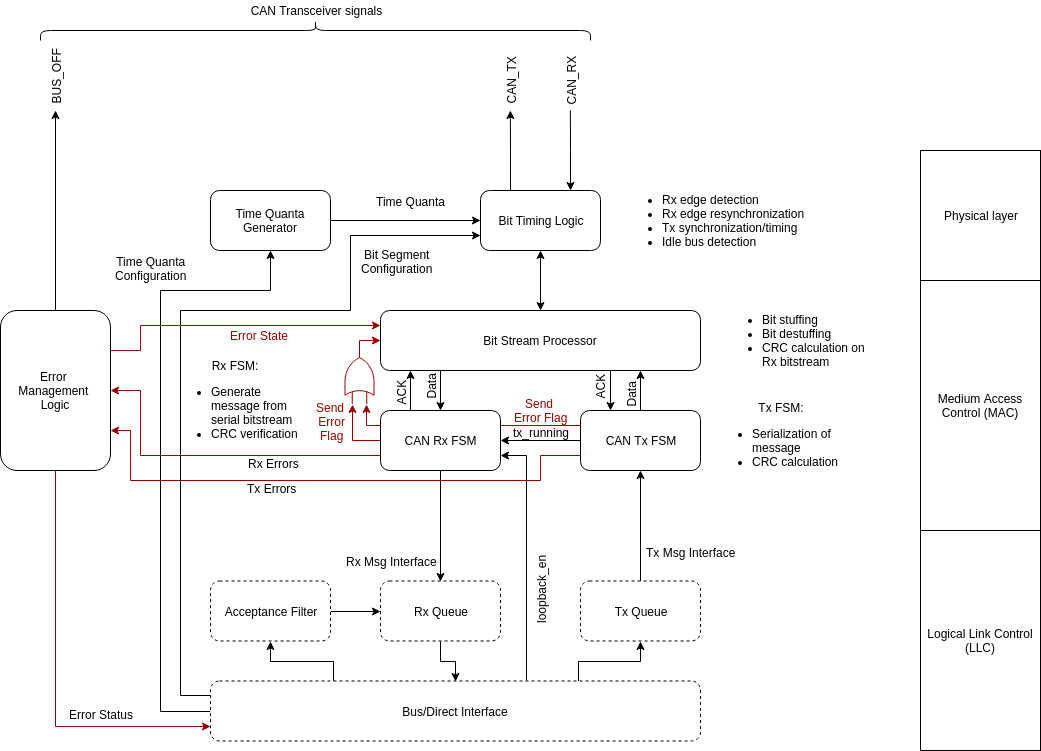
Above: doc/canola_block_diagram.png in svnesbo/canola (draw.io), before the change. Source tidied: cells renumbered, new cells last; positions are measured from the earlier drawing's top-left corner, leaving out a move shared by most shapes.
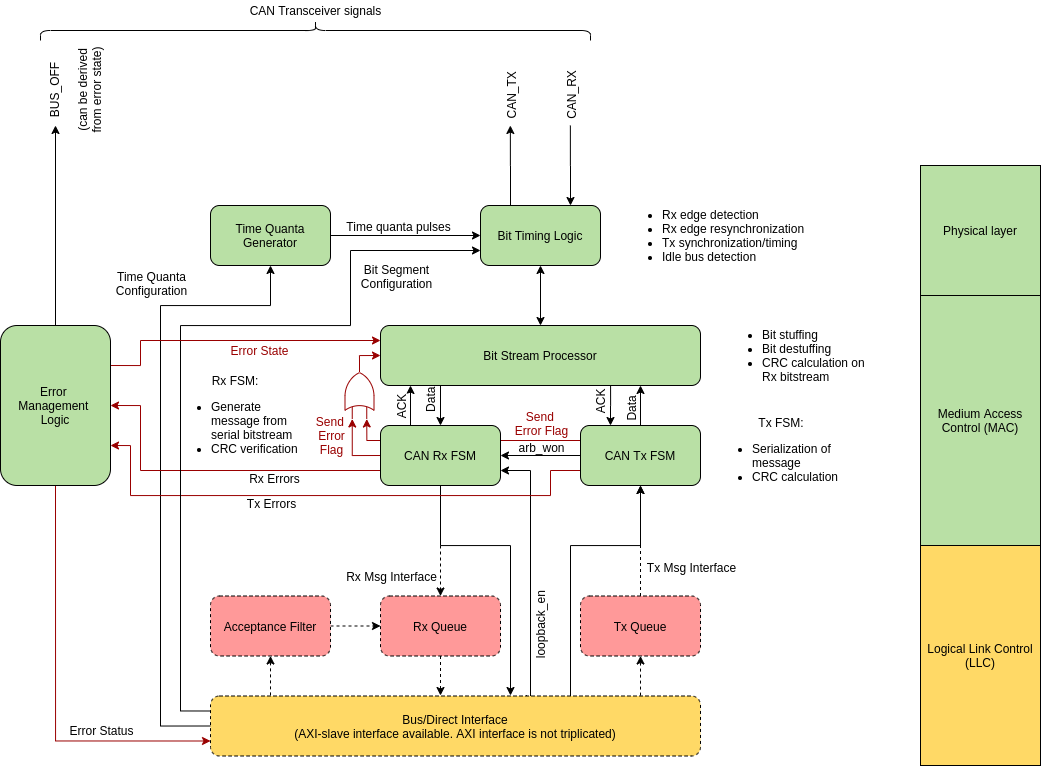
The same file after the commit.

Commit message:
Updated block diagram

The edit, as a diff of the source:
```diff
@@ -37,15 +37,15 @@
     <mxCell id="8" style="edgeStyle=orthogonalEdgeStyle;rounded=0;jettySize=auto;html=1;exitX=0.5;exitY=1;exitDx=0;exitDy=0;entryX=0.5;entryY=0;entryDx=0;entryDy=0;startArrow=classic;startFill=1;endArrow=classic;endFill=1;" parent="1" edge="1" source="9" target="15">
       <mxGeometry relative="1" as="geometry" />
     </mxCell>
-    <mxCell id="9" value="Bit Timing Logic&lt;br&gt;" style="rounded=1;whiteSpace=wrap;html=1;" parent="1" vertex="1">
+    <mxCell id="9" value="Bit Timing Logic&lt;br&gt;" style="rounded=1;whiteSpace=wrap;html=1;fillColor=#B9E0A5;" parent="1" vertex="1">
       <mxGeometry x="480" y="435" width="120" height="60" as="geometry" />
     </mxCell>
     <mxCell id="10" style="edgeStyle=orthogonalEdgeStyle;rounded=0;jettySize=auto;html=1;exitX=1;exitY=0.5;exitDx=0;exitDy=0;entryX=0;entryY=0.5;entryDx=0;entryDy=0;startArrow=none;startFill=0;endArrow=classic;endFill=1;" parent="1" edge="1" source="14" target="9">
       <mxGeometry relative="1" as="geometry" />
     </mxCell>
-    <mxCell id="11" value="Time Quanta" style="text;html=1;align=center;verticalAlign=middle;labelBackgroundColor=#ffffff;" parent="10" vertex="1">
+    <mxCell id="11" value="Time quanta pulses" style="text;html=1;align=center;verticalAlign=middle;labelBackgroundColor=none;" parent="10" vertex="1">
       <mxGeometry x="-0.05" y="-23" relative="1" as="geometry">
-        <mxPoint x="9" y="-43" as="offset" />
+        <mxPoint x="-3.6" y="-33" as="offset" />
       </mxGeometry>
     </mxCell>
     <mxCell id="12" style="edgeStyle=orthogonalEdgeStyle;rounded=0;jettySize=auto;html=1;exitX=0.5;exitY=1;exitDx=0;exitDy=0;entryX=0;entryY=0.5;entryDx=0;entryDy=0;startArrow=classic;startFill=1;endArrow=none;endFill=0;" parent="1" edge="1" source="14" target="50">
@@ -62,10 +62,10 @@
         <mxPoint x="-4" y="-149.5" as="offset" />
       </mxGeometry>
     </mxCell>
-    <mxCell id="14" value="Time Quanta Generator" style="rounded=1;whiteSpace=wrap;html=1;" parent="1" vertex="1">
+    <mxCell id="14" value="Time Quanta Generator" style="rounded=1;whiteSpace=wrap;html=1;fillColor=#B9E0A5;" parent="1" vertex="1">
       <mxGeometry x="210" y="435" width="120" height="60" as="geometry" />
     </mxCell>
-    <mxCell id="15" value="Bit Stream Processor&lt;br&gt;" style="rounded=1;whiteSpace=wrap;html=1;" parent="1" vertex="1">
+    <mxCell id="15" value="Bit Stream Processor&lt;br&gt;" style="rounded=1;whiteSpace=wrap;html=1;fillColor=#B9E0A5;" parent="1" vertex="1">
       <mxGeometry x="380" y="555" width="320" height="60" as="geometry" />
     </mxCell>
     <mxCell id="16" style="edgeStyle=orthogonalEdgeStyle;rounded=0;jettySize=auto;html=1;exitX=0.5;exitY=0;exitDx=0;exitDy=0;startArrow=classic;startFill=1;endArrow=none;endFill=0;" parent="1" edge="1" source="28">
@@ -78,7 +78,7 @@
         <mxPoint x="-10" y="4" as="offset" />
       </mxGeometry>
     </mxCell>
-    <mxCell id="18" style="edgeStyle=orthogonalEdgeStyle;rounded=0;jettySize=auto;html=1;exitX=0.5;exitY=1;exitDx=0;exitDy=0;entryX=0.5;entryY=0;entryDx=0;entryDy=0;startArrow=none;startFill=0;endArrow=classic;endFill=1;" parent="1" edge="1" source="28" target="43">
+    <mxCell id="18" style="edgeStyle=orthogonalEdgeStyle;rounded=0;jettySize=auto;html=1;exitX=0.5;exitY=1;exitDx=0;exitDy=0;entryX=0.5;entryY=0;entryDx=0;entryDy=0;startArrow=none;startFill=0;endArrow=classic;endFill=1;dashed=1;" parent="1" edge="1" source="28" target="43">
       <mxGeometry relative="1" as="geometry" />
     </mxCell>
     <mxCell id="19" value="Rx Msg Interface" style="text;html=1;align=center;verticalAlign=middle;labelBackgroundColor=#ffffff;" parent="18" vertex="1">
@@ -87,11 +87,17 @@
       </mxGeometry>
     </mxCell>
     <mxCell id="20" style="edgeStyle=orthogonalEdgeStyle;rounded=0;jettySize=auto;html=1;exitX=1;exitY=0.75;exitDx=0;exitDy=0;startArrow=classic;startFill=1;endArrow=none;endFill=0;entryX=0.645;entryY=-0.015;entryDx=0;entryDy=0;entryPerimeter=0;" parent="1" edge="1" source="28" target="50">
-      <mxGeometry relative="1" as="geometry" />
+      <mxGeometry relative="1" as="geometry">
+        <Array as="points">
+          <mxPoint x="530" y="700" />
+          <mxPoint x="530" y="935" />
+          <mxPoint x="526" y="935" />
+        </Array>
+      </mxGeometry>
     </mxCell>
     <mxCell id="21" value="loopback_en" style="text;html=1;align=center;verticalAlign=middle;labelBackgroundColor=#ffffff;rotation=-90;" parent="20" vertex="1">
       <mxGeometry x="0.69" y="1" relative="1" as="geometry">
-        <mxPoint x="13" y="-51.5" as="offset" />
+        <mxPoint x="9" y="-50.8" as="offset" />
       </mxGeometry>
     </mxCell>
     <mxCell id="22" style="edgeStyle=orthogonalEdgeStyle;rounded=0;jettySize=auto;html=1;exitX=0.25;exitY=0;exitDx=0;exitDy=0;" parent="1" edge="1" source="28">
@@ -125,7 +131,16 @@
         <mxPoint x="-31.5" y="-7.5" as="offset" />
       </mxGeometry>
     </mxCell>
+    <mxCell id="68" style="edgeStyle=orthogonalEdgeStyle;rounded=0;jettySize=auto;html=1;exitX=0.5;exitY=1;exitDx=0;exitDy=0;startArrow=none;startFill=0;endArrow=classic;endFill=1;" parent="1" edge="1" source="28">
+      <mxGeometry relative="1" as="geometry">
+        <mxPoint x="510" y="925" as="targetPoint" />
+        <Array as="points">
+          <mxPoint x="440" y="775" />
+          <mxPoint x="510" y="775" />
+        </Array>
+      </mxGeometry>
+    </mxCell>
-    <mxCell id="28" value="CAN Rx FSM&lt;br&gt;" style="rounded=1;whiteSpace=wrap;html=1;" parent="1" vertex="1">
+    <mxCell id="28" value="CAN Rx FSM&lt;br&gt;" style="rounded=1;whiteSpace=wrap;html=1;fillColor=#B9E0A5;" parent="1" vertex="1">
       <mxGeometry x="380" y="655" width="120" height="60" as="geometry" />
     </mxCell>
     <mxCell id="29" value="&lt;div style=&quot;text-align: left&quot;&gt;&lt;ul&gt;&lt;li&gt;Bit stuffing&lt;br&gt;&lt;/li&gt;&lt;li&gt;Bit destuffing&lt;/li&gt;&lt;li&gt;CRC calculation on Rx bitstream&lt;/li&gt;&lt;/ul&gt;&lt;/div&gt;" style="text;html=1;strokeColor=none;fillColor=none;align=left;verticalAlign=middle;whiteSpace=wrap;rounded=0;" parent="1" vertex="1">
@@ -144,7 +159,7 @@
     <mxCell id="32" style="edgeStyle=orthogonalEdgeStyle;rounded=0;jettySize=auto;html=1;exitX=0;exitY=0.5;exitDx=0;exitDy=0;entryX=1;entryY=0.5;entryDx=0;entryDy=0;startArrow=none;startFill=0;endArrow=classic;endFill=1;" parent="1" edge="1" source="38" target="28">
       <mxGeometry relative="1" as="geometry" />
     </mxCell>
-    <mxCell id="33" value="tx_running" style="text;html=1;align=center;verticalAlign=middle;labelBackgroundColor=none;" parent="32" vertex="1">
+    <mxCell id="33" value="arb_won" style="text;html=1;align=center;verticalAlign=middle;labelBackgroundColor=none;" parent="32" vertex="1">
       <mxGeometry x="0.44" relative="1" as="geometry">
         <mxPoint x="18.5" y="-9" as="offset" />
       </mxGeometry>
@@ -160,8 +175,8 @@
     <mxCell id="36" style="edgeStyle=orthogonalEdgeStyle;rounded=0;jettySize=auto;html=1;exitX=0;exitY=0.75;exitDx=0;exitDy=0;entryX=1;entryY=0.75;entryDx=0;entryDy=0;startArrow=none;startFill=0;endArrow=classic;endFill=1;strokeColor=#990000;" parent="1" edge="1" source="38" target="62">
       <mxGeometry relative="1" as="geometry">
         <Array as="points">
-          <mxPoint x="540" y="700" />
-          <mxPoint x="540" y="725" />
+          <mxPoint x="550" y="700" />
+          <mxPoint x="550" y="725" />
           <mxPoint x="130" y="725" />
           <mxPoint x="130" y="675" />
         </Array>
@@ -172,25 +187,42 @@
         <mxPoint x="18.5" y="6" as="offset" />
       </mxGeometry>
     </mxCell>
+    <mxCell id="69" style="edgeStyle=orthogonalEdgeStyle;rounded=0;jettySize=auto;html=1;exitX=0.5;exitY=1;exitDx=0;exitDy=0;entryX=0.75;entryY=0;entryDx=0;entryDy=0;startArrow=classic;startFill=1;" parent="1" edge="1" source="38" target="50">
+      <mxGeometry relative="1" as="geometry">
+        <Array as="points">
+          <mxPoint x="640" y="775" />
+          <mxPoint x="570" y="775" />
+          <mxPoint x="570" y="935" />
+          <mxPoint x="578" y="935" />
+        </Array>
+      </mxGeometry>
+    </mxCell>
-    <mxCell id="38" value="CAN Tx FSM&lt;br&gt;" style="rounded=1;whiteSpace=wrap;html=1;" parent="1" vertex="1">
+    <mxCell id="38" value="CAN Tx FSM&lt;br&gt;" style="rounded=1;whiteSpace=wrap;html=1;fillColor=#B9E0A5;" parent="1" vertex="1">
       <mxGeometry x="580" y="655" width="120" height="60" as="geometry" />
     </mxCell>
-    <mxCell id="39" style="edgeStyle=orthogonalEdgeStyle;rounded=0;jettySize=auto;html=1;exitX=1;exitY=0.5;exitDx=0;exitDy=0;entryX=0;entryY=0.5;entryDx=0;entryDy=0;startArrow=none;startFill=0;endArrow=classic;endFill=1;" parent="1" edge="1" source="41" target="43">
+    <mxCell id="39" style="edgeStyle=orthogonalEdgeStyle;rounded=0;jettySize=auto;html=1;exitX=1;exitY=0.5;exitDx=0;exitDy=0;entryX=0;entryY=0.5;entryDx=0;entryDy=0;startArrow=none;startFill=0;endArrow=classic;endFill=1;dashed=1;" parent="1" edge="1" source="41" target="43">
       <mxGeometry relative="1" as="geometry" />
     </mxCell>
-    <mxCell id="40" style="edgeStyle=orthogonalEdgeStyle;rounded=0;jettySize=auto;html=1;exitX=0.5;exitY=1;exitDx=0;exitDy=0;entryX=0.25;entryY=0;entryDx=0;entryDy=0;startArrow=classic;startFill=1;endArrow=none;endFill=0;" parent="1" edge="1" source="41" target="50">
-      <mxGeometry relative="1" as="geometry" />
+    <mxCell id="40" style="edgeStyle=orthogonalEdgeStyle;rounded=0;jettySize=auto;html=1;exitX=0.5;exitY=1;exitDx=0;exitDy=0;entryX=0.25;entryY=0;entryDx=0;entryDy=0;startArrow=classic;startFill=1;endArrow=none;endFill=0;dashed=1;" parent="1" edge="1" source="41" target="50">
+      <mxGeometry relative="1" as="geometry">
+        <Array as="points">
+          <mxPoint x="270" y="935" />
+          <mxPoint x="333" y="935" />
+        </Array>
+      </mxGeometry>
     </mxCell>
-    <mxCell id="41" value="Acceptance Filter&lt;br&gt;" style="rounded=1;whiteSpace=wrap;html=1;dashed=1;" parent="1" vertex="1">
+    <mxCell id="41" value="Acceptance Filter&lt;br&gt;" style="rounded=1;whiteSpace=wrap;html=1;dashed=1;fillColor=#FF9999;" parent="1" vertex="1">
       <mxGeometry x="210" y="825.5" width="120" height="60" as="geometry" />
     </mxCell>
-    <mxCell id="42" style="edgeStyle=orthogonalEdgeStyle;rounded=0;jettySize=auto;html=1;exitX=0.5;exitY=1;exitDx=0;exitDy=0;entryX=0.5;entryY=0;entryDx=0;entryDy=0;startArrow=none;startFill=0;endArrow=classic;endFill=1;" parent="1" edge="1" source="43" target="50">
-      <mxGeometry relative="1" as="geometry" />
+    <mxCell id="42" style="edgeStyle=orthogonalEdgeStyle;rounded=0;jettySize=auto;html=1;exitX=0.5;exitY=1;exitDx=0;exitDy=0;startArrow=none;startFill=0;endArrow=classic;endFill=1;dashed=1;" parent="1" edge="1" source="43">
+      <mxGeometry relative="1" as="geometry">
+        <mxPoint x="440" y="925" as="targetPoint" />
+      </mxGeometry>
     </mxCell>
-    <mxCell id="43" value="Rx Queue&lt;br&gt;" style="rounded=1;whiteSpace=wrap;html=1;dashed=1;" parent="1" vertex="1">
+    <mxCell id="43" value="Rx Queue&lt;br&gt;" style="rounded=1;whiteSpace=wrap;html=1;dashed=1;fillColor=#FF9999;" parent="1" vertex="1">
       <mxGeometry x="380" y="825.5" width="120" height="60" as="geometry" />
     </mxCell>
-    <mxCell id="44" style="edgeStyle=orthogonalEdgeStyle;rounded=0;jettySize=auto;html=1;exitX=0.5;exitY=0;exitDx=0;exitDy=0;entryX=0.5;entryY=1;entryDx=0;entryDy=0;startArrow=none;startFill=0;endArrow=classic;endFill=1;" parent="1" edge="1" source="46" target="38">
+    <mxCell id="44" style="edgeStyle=orthogonalEdgeStyle;rounded=0;jettySize=auto;html=1;exitX=0.5;exitY=0;exitDx=0;exitDy=0;entryX=0.5;entryY=1;entryDx=0;entryDy=0;startArrow=none;startFill=0;endArrow=classic;endFill=1;dashed=1;" parent="1" edge="1" source="46" target="38">
       <mxGeometry relative="1" as="geometry" />
     </mxCell>
     <mxCell id="45" value="Tx Msg Interface" style="text;html=1;align=center;verticalAlign=middle;labelBackgroundColor=#ffffff;" parent="44" vertex="1">
@@ -198,11 +230,16 @@
         <mxPoint x="47" y="20.5" as="offset" />
       </mxGeometry>
     </mxCell>
-    <mxCell id="46" value="Tx Queue&lt;br&gt;" style="rounded=1;whiteSpace=wrap;html=1;dashed=1;" parent="1" vertex="1">
+    <mxCell id="46" value="Tx Queue&lt;br&gt;" style="rounded=1;whiteSpace=wrap;html=1;dashed=1;fillColor=#FF9999;" parent="1" vertex="1">
       <mxGeometry x="580" y="825.5" width="120" height="60" as="geometry" />
     </mxCell>
-    <mxCell id="47" style="edgeStyle=orthogonalEdgeStyle;rounded=0;jettySize=auto;html=1;exitX=0.75;exitY=0;exitDx=0;exitDy=0;entryX=0.5;entryY=1;entryDx=0;entryDy=0;startArrow=none;startFill=0;endArrow=classic;endFill=1;" parent="1" edge="1" source="50" target="46">
-      <mxGeometry relative="1" as="geometry" />
+    <mxCell id="47" style="edgeStyle=orthogonalEdgeStyle;rounded=0;jettySize=auto;html=1;exitX=0.75;exitY=0;exitDx=0;exitDy=0;entryX=0.5;entryY=1;entryDx=0;entryDy=0;startArrow=none;startFill=0;endArrow=classic;endFill=1;dashed=1;" parent="1" edge="1" source="50" target="46">
+      <mxGeometry relative="1" as="geometry">
+        <Array as="points">
+          <mxPoint x="578" y="945" />
+          <mxPoint x="640" y="945" />
+        </Array>
+      </mxGeometry>
     </mxCell>
     <mxCell id="48" style="edgeStyle=orthogonalEdgeStyle;rounded=0;jettySize=auto;html=1;exitX=0;exitY=0.25;exitDx=0;exitDy=0;entryX=0;entryY=0.75;entryDx=0;entryDy=0;startArrow=none;startFill=0;endArrow=classic;endFill=1;" parent="1" edge="1" source="50" target="9">
       <mxGeometry relative="1" as="geometry">
@@ -219,7 +256,7 @@
         <mxPoint x="21.5" y="24" as="offset" />
       </mxGeometry>
     </mxCell>
-    <mxCell id="50" value="Bus/Direct Interface&lt;br&gt;" style="rounded=1;whiteSpace=wrap;html=1;dashed=1;" parent="1" vertex="1">
+    <mxCell id="50" value="Bus/Direct Interface&lt;br&gt;(AXI-slave interface available. AXI interface is not triplicated)" style="rounded=1;whiteSpace=wrap;html=1;dashed=1;fillColor=#FFD966;" parent="1" vertex="1">
       <mxGeometry x="210" y="925.5" width="490" height="60" as="geometry" />
     </mxCell>
     <mxCell id="51" value="&lt;div style=&quot;text-align: left&quot;&gt;&lt;ul&gt;&lt;li&gt;Rx edge detection&lt;/li&gt;&lt;li&gt;Rx edge resynchronization&lt;/li&gt;&lt;li&gt;Tx synchronization/timing&lt;/li&gt;&lt;li&gt;Idle bus detection&lt;/li&gt;&lt;/ul&gt;&lt;/div&gt;" style="text;html=1;strokeColor=none;fillColor=none;align=left;verticalAlign=middle;whiteSpace=wrap;rounded=0;" parent="1" vertex="1">
@@ -228,13 +265,13 @@
     <mxCell id="52" value="&lt;div style=&quot;text-align: left&quot;&gt;&lt;div style=&quot;text-align: center&quot;&gt;Tx FSM:&lt;/div&gt;&lt;ul&gt;&lt;li&gt;Serialization of message&lt;/li&gt;&lt;li&gt;CRC calculation&lt;/li&gt;&lt;/ul&gt;&lt;/div&gt;" style="text;html=1;strokeColor=none;fillColor=none;align=left;verticalAlign=middle;whiteSpace=wrap;rounded=0;" parent="1" vertex="1">
       <mxGeometry x="710" y="645" width="140" height="80" as="geometry" />
     </mxCell>
-    <mxCell id="53" value="Physical layer" style="rounded=0;whiteSpace=wrap;html=1;align=center;" parent="1" vertex="1">
+    <mxCell id="53" value="Physical layer" style="rounded=0;whiteSpace=wrap;html=1;align=center;fillColor=#B9E0A5;" parent="1" vertex="1">
       <mxGeometry x="920" y="395" width="120" height="130" as="geometry" />
     </mxCell>
-    <mxCell id="54" value="Logical Link Control (LLC)" style="rounded=0;whiteSpace=wrap;html=1;align=center;" parent="1" vertex="1">
+    <mxCell id="54" value="Logical Link Control (LLC)" style="rounded=0;whiteSpace=wrap;html=1;align=center;gradientDirection=north;fillColor=#FFD966;" parent="1" vertex="1">
       <mxGeometry x="920" y="775" width="120" height="220" as="geometry" />
     </mxCell>
-    <mxCell id="55" value="Medium Access Control (MAC)&lt;br&gt;" style="rounded=0;whiteSpace=wrap;html=1;align=center;" parent="1" vertex="1">
+    <mxCell id="55" value="Medium Access Control (MAC)&lt;br&gt;" style="rounded=0;whiteSpace=wrap;html=1;align=center;fillColor=#B9E0A5;" parent="1" vertex="1">
       <mxGeometry x="920" y="525" width="120" height="250" as="geometry" />
     </mxCell>
     <mxCell id="56" style="edgeStyle=orthogonalEdgeStyle;rounded=0;jettySize=auto;html=1;exitX=0.5;exitY=1;exitDx=0;exitDy=0;entryX=0;entryY=0.75;entryDx=0;entryDy=0;startArrow=none;startFill=0;endArrow=classic;endFill=1;strokeColor=#990000;" parent="1" edge="1" source="62" target="50">
@@ -263,12 +300,12 @@
         <mxPoint x="55" y="355" as="targetPoint" />
       </mxGeometry>
     </mxCell>
-    <mxCell id="61" value="BUS_OFF" style="text;html=1;align=center;verticalAlign=middle;labelBackgroundColor=#ffffff;rotation=-90;" parent="60" vertex="1">
+    <mxCell id="61" value="BUS_OFF&lt;br&gt;&lt;br&gt;(can be derived&lt;br&gt;from error state)" style="text;html=1;align=center;verticalAlign=middle;labelBackgroundColor=none;rotation=-90;" parent="60" vertex="1">
       <mxGeometry x="0.8" y="-1" relative="1" as="geometry">
-        <mxPoint x="-1" y="-54" as="offset" />
+        <mxPoint x="19" y="-54" as="offset" />
       </mxGeometry>
     </mxCell>
-    <mxCell id="62" value="Error &lt;br&gt;Management &lt;br&gt;Logic&lt;br&gt;" style="rounded=1;whiteSpace=wrap;html=1;" parent="1" vertex="1">
+    <mxCell id="62" value="Error &lt;br&gt;Management &lt;br&gt;Logic&lt;br&gt;" style="rounded=1;whiteSpace=wrap;html=1;fillColor=#B9E0A5;" parent="1" vertex="1">
       <mxGeometry y="555" width="110" height="160" as="geometry" />
     </mxCell>
     <mxCell id="63" value="&lt;div style=&quot;text-align: center&quot;&gt;&lt;span&gt;Rx FSM:&lt;/span&gt;&lt;/div&gt;&lt;ul&gt;&lt;li style=&quot;text-align: left&quot;&gt;Generate message from serial bitstream&lt;/li&gt;&lt;li style=&quot;text-align: left&quot;&gt;CRC verification&lt;/li&gt;&lt;/ul&gt;" style="text;html=1;strokeColor=none;fillColor=none;align=center;verticalAlign=middle;whiteSpace=wrap;rounded=0;dashed=1;" parent="1" vertex="1">
@@ -285,10 +322,10 @@
       <mxGeometry x="330" y="605" width="58" height="29" as="geometry" />
     </mxCell>
     <mxCell id="66" style="shape=curlyBracket;whiteSpace=wrap;html=1;rounded=1;rotation=90;" parent="1" vertex="1">
-      <mxGeometry x="305" width="20" height="550" as="geometry" />
+      <mxGeometry x="305" y="-15" width="20" height="550" as="geometry" />
     </mxCell>
     <mxCell id="67" value="CAN Transceiver signals" style="text;html=1;strokeColor=none;fillColor=none;align=center;verticalAlign=middle;whiteSpace=wrap;rounded=0;" parent="1" vertex="1">
-      <mxGeometry x="232.5" y="245" width="165" height="20" as="geometry" />
+      <mxGeometry x="232.5" y="230" width="165" height="20" as="geometry" />
     </mxCell>
   </root>
 </mxGraphModel>
```
